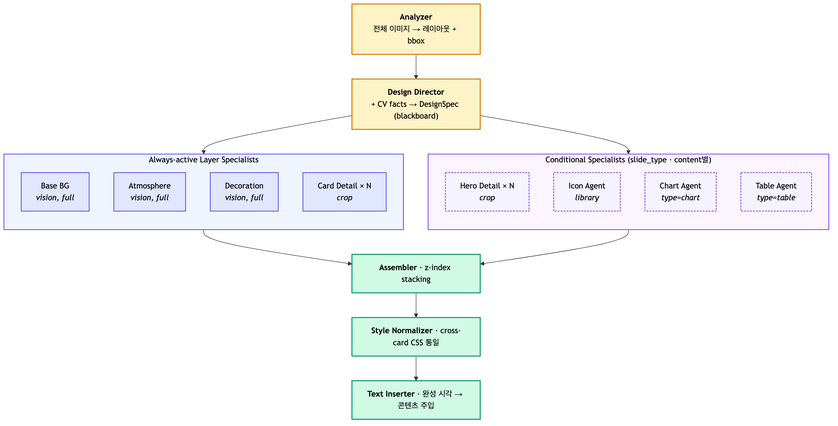
johnny9210/ppt_paper keeps this Mermaid diagram as results/figures/layeragent_architecture.png. Above is the earlier version. Its source is kept beside it as results/figures/layeragent_architecture.mmd.
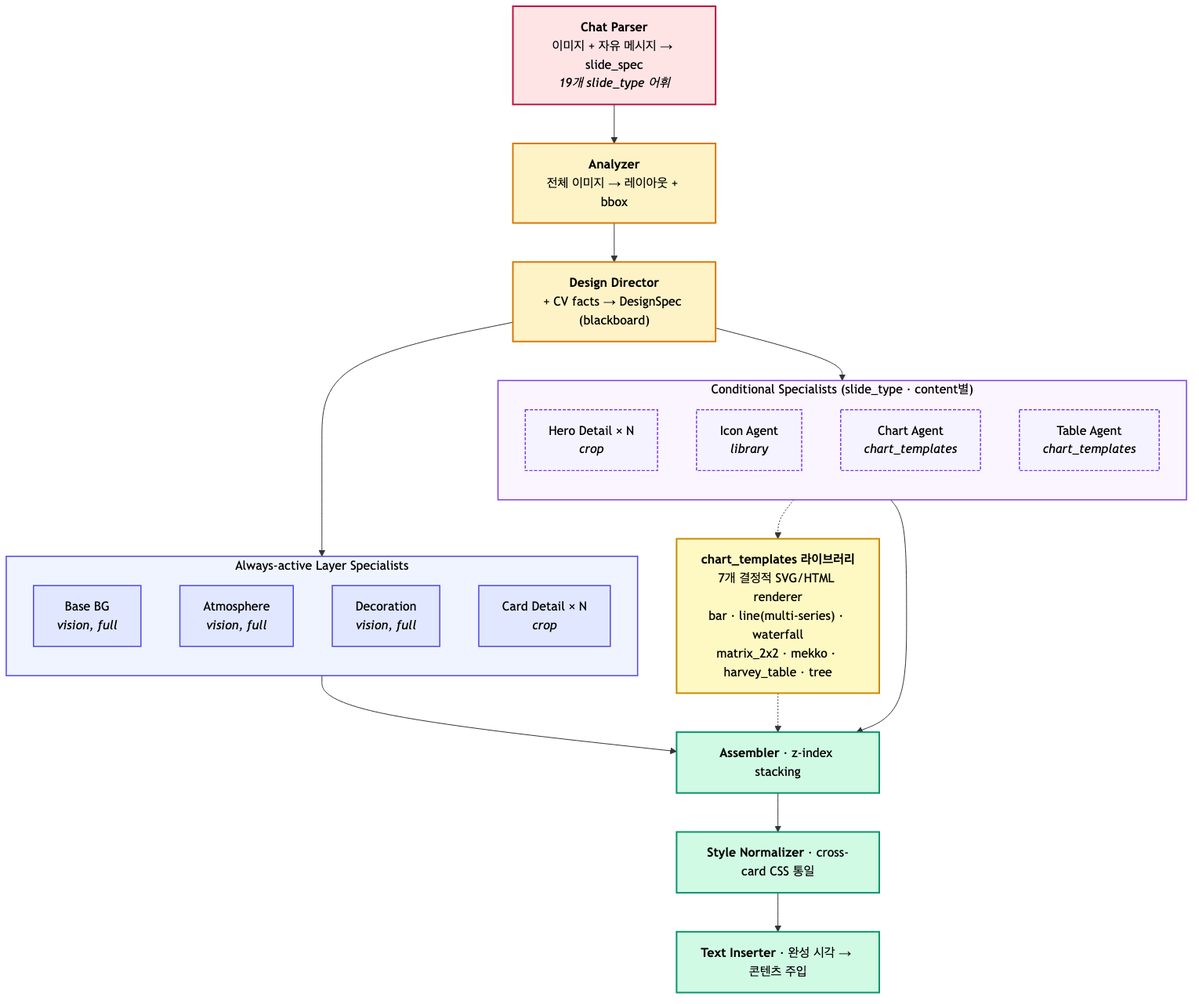
After the commit.

What changed in the source:
```diff
@@ -1,4 +1,5 @@
 flowchart TB
+    P["<b>Chat Parser</b><br/>이미지 + 자유 메시지 → slide_spec<br/><i>19개 slide_type 어휘</i>"]
     A["<b>Analyzer</b><br/>전체 이미지 → 레이아웃 + bbox"]
     B["<b>Design Director</b><br/>+ CV facts → DesignSpec (blackboard)"]
 
@@ -14,30 +15,39 @@
         direction TB
         S5["Hero Detail × N<br/><i>crop</i>"]
         S6["Icon Agent<br/><i>library</i>"]
-        S7["Chart Agent<br/><i>type=chart</i>"]
-        S8["Table Agent<br/><i>type=table</i>"]
+        S7["Chart Agent<br/><i>chart_templates</i>"]
+        S8["Table Agent<br/><i>chart_templates</i>"]
     end
+
+    L["<b>chart_templates 라이브러리</b><br/>7개 결정적 SVG/HTML renderer<br/>bar · line(multi-series) · waterfall<br/>matrix_2x2 · mekko · harvey_table · tree"]
 
     C["<b>Assembler</b> · z-index stacking"]
     D["<b>Style Normalizer</b> · cross-card CSS 통일"]
     E["<b>Text Inserter</b> · 완성 시각 → 콘텐츠 주입"]
 
+    P --> A
     A --> B
     B --> G1
     B --> G2
+    G2 -.-> L
     G1 --> C
     G2 --> C
+    L -.-> C
     C --> D
     D --> E
 
+    classDef parser fill:#FFE4E6,stroke:#BE123C,stroke-width:2px,color:#000
     classDef stage0 fill:#FEF3C7,stroke:#D97706,stroke-width:2px,color:#000
     classDef specAlways fill:#E0E7FF,stroke:#4F46E5,stroke-width:1.5px,color:#000
     classDef specCond fill:#F5F3FF,stroke:#7C3AED,stroke-width:1.5px,stroke-dasharray:4 2,color:#000
+    classDef library fill:#FEF9C3,stroke:#CA8A04,stroke-width:2px,color:#000
     classDef stage2 fill:#D1FAE5,stroke:#059669,stroke-width:2px,color:#000
 
+    class P parser
     class A,B stage0
     class S1,S2,S3,S4 specAlways
     class S5,S6,S7,S8 specCond
+    class L library
     class C,D,E stage2
 
     style G1 fill:#F0F4FF,stroke:#4F46E5,stroke-width:1.5px,color:#000
```
